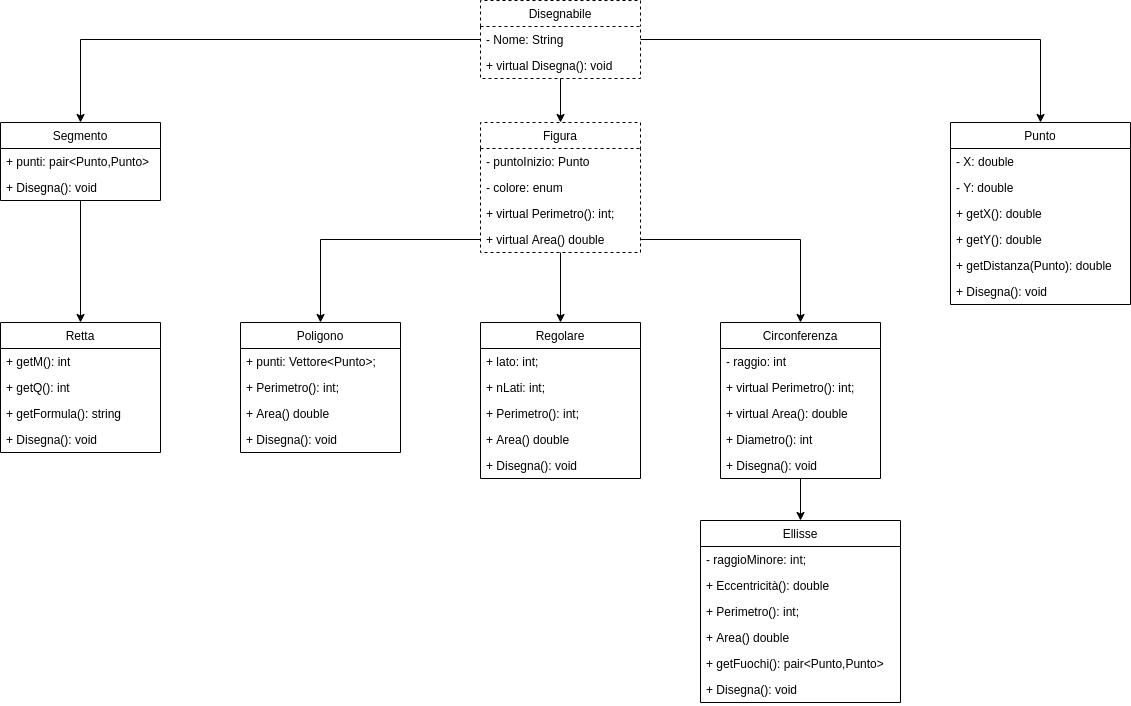
0xCaos/geogebra-basic keeps this draw.io diagram as uml2.png. Above is the earlier version. Source tidied: cells renumbered, new cells last; positions are measured from the earlier drawing's top-left corner, leaving out a move shared by most shapes.
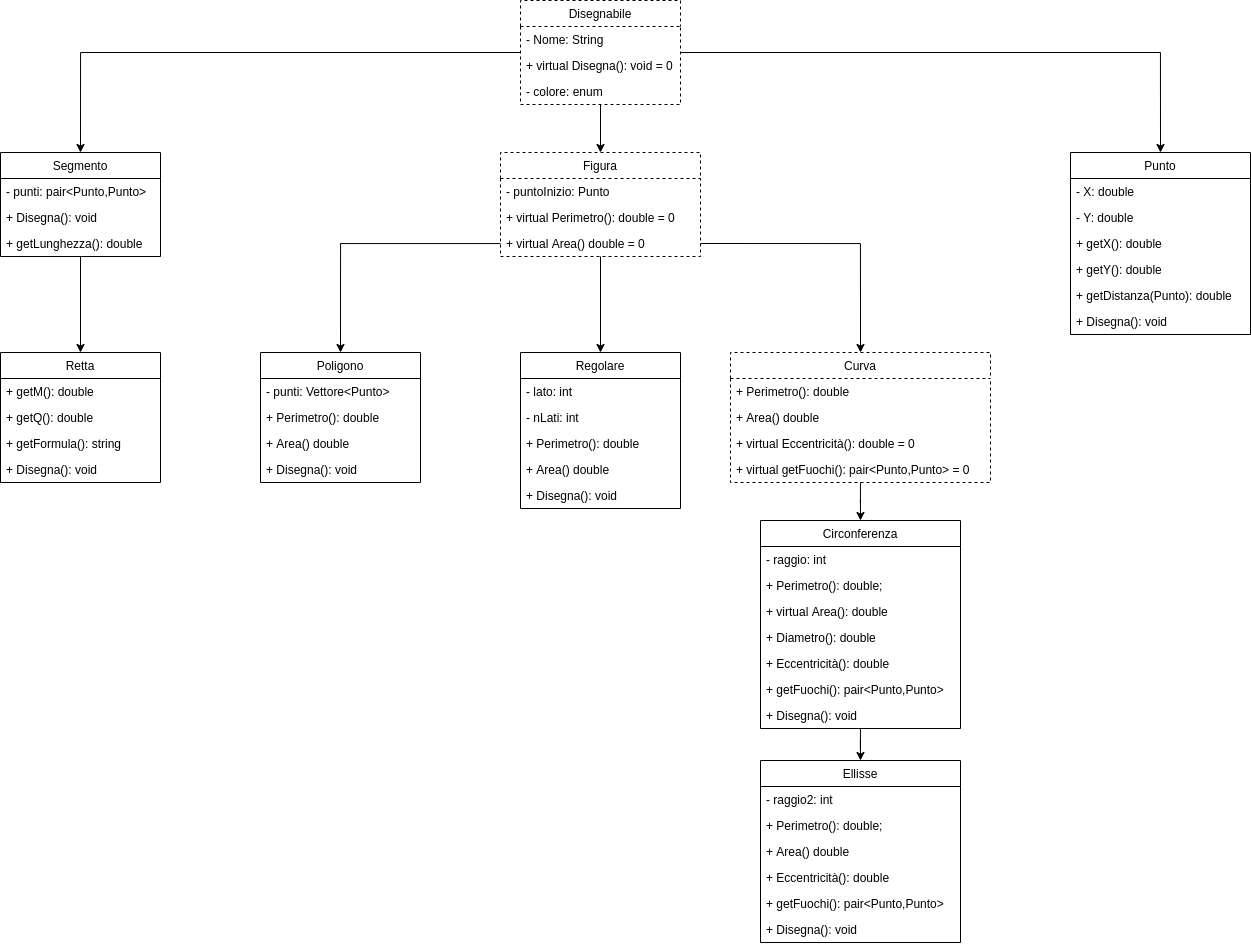
Later version of the same file.

The edit, as a diff of the source:
```diff
@@ -12,21 +12,24 @@
       <mxGeometry relative="1" as="geometry" />
     </mxCell>
     <mxCell id="5" value="Disegnabile" style="swimlane;fontStyle=0;horizontal=1;startSize=26;fillColor=none;dashed=1;" parent="1" vertex="1">
-      <mxGeometry x="480" width="160" height="78" as="geometry" />
+      <mxGeometry x="480" y="-30" width="160" height="104" as="geometry" />
     </mxCell>
     <mxCell id="6" value="- Nome: String&#10;" style="text;strokeColor=none;fillColor=none;align=left;verticalAlign=top;spacingLeft=4;spacingRight=4;overflow=hidden;" parent="5" vertex="1">
       <mxGeometry y="26" width="160" height="26" as="geometry" />
     </mxCell>
-    <mxCell id="7" value="+ virtual Disegna(): void" style="text;strokeColor=none;fillColor=none;align=left;verticalAlign=top;spacingLeft=4;spacingRight=4;overflow=hidden;" parent="5" vertex="1">
+    <mxCell id="7" value="+ virtual Disegna(): void = 0" style="text;strokeColor=none;fillColor=none;align=left;verticalAlign=top;spacingLeft=4;spacingRight=4;overflow=hidden;" parent="5" vertex="1">
       <mxGeometry y="52" width="160" height="26" as="geometry" />
     </mxCell>
+    <mxCell id="18" value="- colore: enum" style="text;strokeColor=none;fillColor=none;align=left;verticalAlign=top;spacingLeft=4;spacingRight=4;overflow=hidden;" parent="5" vertex="1">
+      <mxGeometry y="78" width="160" height="26" as="geometry" />
+    </mxCell>
     <mxCell id="8" value="Punto" style="swimlane;fontStyle=0;horizontal=1;startSize=26;fillColor=none;" parent="1" vertex="1">
-      <mxGeometry x="950" y="122" width="180" height="182" as="geometry" />
+      <mxGeometry x="1030" y="122" width="180" height="182" as="geometry" />
     </mxCell>
     <mxCell id="9" value="- X: double" style="text;strokeColor=none;fillColor=none;align=left;verticalAlign=top;spacingLeft=4;spacingRight=4;overflow=hidden;" parent="8" vertex="1">
       <mxGeometry y="26" width="180" height="26" as="geometry" />
     </mxCell>
-    <mxCell id="10" value="- Y: double" style="text;strokeColor=none;fillColor=none;align=left;verticalAlign=top;spacingLeft=4;spacingRight=4;overflow=hidden;" parent="8" vertex="1">
+    <mxCell id="10" value="- Y: double" style="text;fillColor=none;align=left;verticalAlign=top;spacingLeft=4;spacingRight=4;overflow=hidden;" parent="8" vertex="1">
       <mxGeometry y="52" width="180" height="26" as="geometry" />
     </mxCell>
     <mxCell id="11" value="+ getX(): double" style="text;strokeColor=none;fillColor=none;align=left;verticalAlign=top;spacingLeft=4;spacingRight=4;overflow=hidden;" parent="8" vertex="1">
@@ -45,27 +48,24 @@
       <mxGeometry relative="1" as="geometry" />
     </mxCell>
     <mxCell id="16" value="Figura" style="swimlane;fontStyle=0;horizontal=1;startSize=26;fillColor=none;dashed=1;" parent="1" vertex="1">
-      <mxGeometry x="480" y="122" width="160" height="130" as="geometry" />
+      <mxGeometry x="460" y="122" width="200" height="104" as="geometry" />
     </mxCell>
     <mxCell id="17" value="- puntoInizio: Punto" style="text;strokeColor=none;fillColor=none;align=left;verticalAlign=top;spacingLeft=4;spacingRight=4;overflow=hidden;" parent="16" vertex="1">
-      <mxGeometry y="26" width="160" height="26" as="geometry" />
+      <mxGeometry y="26" width="200" height="26" as="geometry" />
     </mxCell>
-    <mxCell id="18" value="- colore: enum" style="text;strokeColor=none;fillColor=none;align=left;verticalAlign=top;spacingLeft=4;spacingRight=4;overflow=hidden;" parent="16" vertex="1">
-      <mxGeometry y="52" width="160" height="26" as="geometry" />
-    </mxCell>
-    <mxCell id="19" value="+ virtual Perimetro(): int;" style="text;strokeColor=none;fillColor=none;align=left;verticalAlign=top;spacingLeft=4;spacingRight=4;overflow=hidden;" parent="16" vertex="1">
-      <mxGeometry y="78" width="160" height="26" as="geometry" />
+    <mxCell id="19" value="+ virtual Perimetro(): double = 0" style="text;strokeColor=none;fillColor=none;align=left;verticalAlign=top;spacingLeft=4;spacingRight=4;overflow=hidden;" parent="16" vertex="1">
+      <mxGeometry y="52" width="200" height="26" as="geometry" />
     </mxCell>
-    <mxCell id="20" value="+ virtual Area() double" style="text;strokeColor=none;fillColor=none;align=left;verticalAlign=top;spacingLeft=4;spacingRight=4;overflow=hidden;points=[[0,0.5],[1,0.5]];portConstraint=eastwest;" parent="16" vertex="1">
-      <mxGeometry y="104" width="160" height="26" as="geometry" />
+    <mxCell id="20" value="+ virtual Area() double = 0" style="text;strokeColor=none;fillColor=none;align=left;verticalAlign=top;spacingLeft=4;spacingRight=4;overflow=hidden;points=[[0,0.5],[1,0.5]];portConstraint=eastwest;" parent="16" vertex="1">
+      <mxGeometry y="78" width="200" height="26" as="geometry" />
     </mxCell>
     <mxCell id="21" value="Poligono" style="swimlane;fontStyle=0;horizontal=1;startSize=26;fillColor=none;" parent="1" vertex="1">
-      <mxGeometry x="240" y="322" width="160" height="130" as="geometry" />
+      <mxGeometry x="220" y="322" width="160" height="130" as="geometry" />
     </mxCell>
-    <mxCell id="22" value="+ punti: Vettore&lt;Punto&gt;;" style="text;strokeColor=none;fillColor=none;align=left;verticalAlign=top;spacingLeft=4;spacingRight=4;overflow=hidden;" parent="21" vertex="1">
+    <mxCell id="22" value="- punti: Vettore&lt;Punto&gt;" style="text;strokeColor=none;fillColor=none;align=left;verticalAlign=top;spacingLeft=4;spacingRight=4;overflow=hidden;" parent="21" vertex="1">
       <mxGeometry y="26" width="160" height="26" as="geometry" />
     </mxCell>
-    <mxCell id="23" value="+ Perimetro(): int;" style="text;strokeColor=none;fillColor=none;align=left;verticalAlign=top;spacingLeft=4;spacingRight=4;overflow=hidden;" parent="21" vertex="1">
+    <mxCell id="23" value="+ Perimetro(): double" style="text;strokeColor=none;fillColor=none;align=left;verticalAlign=top;spacingLeft=4;spacingRight=4;overflow=hidden;" parent="21" vertex="1">
       <mxGeometry y="52" width="160" height="26" as="geometry" />
     </mxCell>
     <mxCell id="24" value="+ Area() double" style="text;strokeColor=none;fillColor=none;align=left;verticalAlign=top;spacingLeft=4;spacingRight=4;overflow=hidden;" parent="21" vertex="1">
@@ -77,13 +77,13 @@
     <mxCell id="26" value="Regolare" style="swimlane;fontStyle=0;horizontal=1;startSize=26;fillColor=none;" parent="1" vertex="1">
       <mxGeometry x="480" y="322" width="160" height="156" as="geometry" />
     </mxCell>
-    <mxCell id="27" value="+ lato: int;" style="text;strokeColor=none;fillColor=none;align=left;verticalAlign=top;spacingLeft=4;spacingRight=4;overflow=hidden;" parent="26" vertex="1">
+    <mxCell id="27" value="- lato: int" style="text;strokeColor=none;fillColor=none;align=left;verticalAlign=top;spacingLeft=4;spacingRight=4;overflow=hidden;" parent="26" vertex="1">
       <mxGeometry y="26" width="160" height="26" as="geometry" />
     </mxCell>
-    <mxCell id="28" value="+ nLati: int;" style="text;strokeColor=none;fillColor=none;align=left;verticalAlign=top;spacingLeft=4;spacingRight=4;overflow=hidden;" parent="26" vertex="1">
+    <mxCell id="28" value="- nLati: int" style="text;strokeColor=none;fillColor=none;align=left;verticalAlign=top;spacingLeft=4;spacingRight=4;overflow=hidden;" parent="26" vertex="1">
       <mxGeometry y="52" width="160" height="26" as="geometry" />
     </mxCell>
-    <mxCell id="29" value="+ Perimetro(): int;" style="text;strokeColor=none;fillColor=none;align=left;verticalAlign=top;spacingLeft=4;spacingRight=4;overflow=hidden;" parent="26" vertex="1">
+    <mxCell id="29" value="+ Perimetro(): double" style="text;strokeColor=none;fillColor=none;align=left;verticalAlign=top;spacingLeft=4;spacingRight=4;overflow=hidden;" parent="26" vertex="1">
       <mxGeometry y="78" width="160" height="26" as="geometry" />
     </mxCell>
     <mxCell id="30" value="+ Area() double" style="text;strokeColor=none;fillColor=none;align=left;verticalAlign=top;spacingLeft=4;spacingRight=4;overflow=hidden;" parent="26" vertex="1">
@@ -99,41 +99,44 @@
       <mxGeometry relative="1" as="geometry" />
     </mxCell>
     <mxCell id="34" value="Circonferenza" style="swimlane;fontStyle=0;horizontal=1;startSize=26;fillColor=none;" parent="1" vertex="1">
-      <mxGeometry x="720" y="322" width="160" height="156" as="geometry" />
+      <mxGeometry x="720" y="490" width="200" height="208" as="geometry" />
     </mxCell>
-    <mxCell id="35" value="- raggio: int" style="text;strokeColor=none;fillColor=none;align=left;verticalAlign=top;spacingLeft=4;spacingRight=4;overflow=hidden;" parent="34" vertex="1">
-      <mxGeometry y="26" width="160" height="26" as="geometry" />
+    <mxCell id="35" value="- raggio: int" style="text;align=left;verticalAlign=top;spacingLeft=4;spacingRight=4;overflow=hidden;" parent="34" vertex="1">
+      <mxGeometry y="26" width="200" height="26" as="geometry" />
     </mxCell>
-    <mxCell id="36" value="+ virtual Perimetro(): int;" style="text;strokeColor=none;fillColor=none;align=left;verticalAlign=top;spacingLeft=4;spacingRight=4;overflow=hidden;" parent="34" vertex="1">
-      <mxGeometry y="52" width="160" height="26" as="geometry" />
+    <mxCell id="36" value="+ Perimetro(): double;" style="text;strokeColor=none;fillColor=none;align=left;verticalAlign=top;spacingLeft=4;spacingRight=4;overflow=hidden;" parent="34" vertex="1">
+      <mxGeometry y="52" width="200" height="26" as="geometry" />
     </mxCell>
     <mxCell id="37" value="+ virtual Area(): double" style="text;strokeColor=none;fillColor=none;align=left;verticalAlign=top;spacingLeft=4;spacingRight=4;overflow=hidden;" parent="34" vertex="1">
-      <mxGeometry y="78" width="160" height="26" as="geometry" />
+      <mxGeometry y="78" width="200" height="26" as="geometry" />
     </mxCell>
-    <mxCell id="38" value="+ Diametro(): int" style="text;strokeColor=none;fillColor=none;align=left;verticalAlign=top;spacingLeft=4;spacingRight=4;overflow=hidden;" parent="34" vertex="1">
-      <mxGeometry y="104" width="160" height="26" as="geometry" />
+    <mxCell id="38" value="+ Diametro(): double" style="text;strokeColor=none;fillColor=none;align=left;verticalAlign=top;spacingLeft=4;spacingRight=4;overflow=hidden;" parent="34" vertex="1">
+      <mxGeometry y="104" width="200" height="26" as="geometry" />
     </mxCell>
+    <mxCell id="57" value="+ Eccentricità(): double" style="text;strokeColor=none;fillColor=none;align=left;verticalAlign=top;spacingLeft=4;spacingRight=4;overflow=hidden;" parent="34" vertex="1">
+      <mxGeometry y="130" width="200" height="26" as="geometry" />
+    </mxCell>
+    <mxCell id="58" value="+ getFuochi(): pair&lt;Punto,Punto&gt;" style="text;strokeColor=none;fillColor=none;align=left;verticalAlign=top;spacingLeft=4;spacingRight=4;overflow=hidden;" parent="34" vertex="1">
+      <mxGeometry y="156" width="200" height="26" as="geometry" />
+    </mxCell>
     <mxCell id="39" value="+ Disegna(): void" style="text;strokeColor=none;fillColor=none;align=left;verticalAlign=top;spacingLeft=4;spacingRight=4;overflow=hidden;" parent="34" vertex="1">
-      <mxGeometry y="130" width="160" height="26" as="geometry" />
+      <mxGeometry y="182" width="200" height="26" as="geometry" />
     </mxCell>
-    <mxCell id="40" style="edgeStyle=orthogonalEdgeStyle;rounded=0;jettySize=auto;html=1;entryX=0.5;entryY=0;entryDx=0;entryDy=0;" parent="1" edge="1" source="20" target="34">
-      <mxGeometry relative="1" as="geometry" />
-    </mxCell>
     <mxCell id="41" value="Ellisse" style="swimlane;fontStyle=0;horizontal=1;startSize=26;fillColor=none;" parent="1" vertex="1">
-      <mxGeometry x="700" y="520" width="200" height="182" as="geometry" />
+      <mxGeometry x="720" y="730" width="200" height="182" as="geometry" />
     </mxCell>
-    <mxCell id="42" value="- raggioMinore: int;" style="text;strokeColor=none;fillColor=none;align=left;verticalAlign=top;spacingLeft=4;spacingRight=4;overflow=hidden;" parent="41" vertex="1">
+    <mxCell id="42" value="- raggio2: int" style="text;fillColor=none;align=left;verticalAlign=top;spacingLeft=4;spacingRight=4;overflow=hidden;" parent="41" vertex="1">
       <mxGeometry y="26" width="200" height="26" as="geometry" />
     </mxCell>
-    <mxCell id="43" value="+ Eccentricità(): double" style="text;strokeColor=none;fillColor=none;align=left;verticalAlign=top;spacingLeft=4;spacingRight=4;overflow=hidden;" parent="41" vertex="1">
-      <mxGeometry y="52" width="200" height="26" as="geometry" />
-    </mxCell>
-    <mxCell id="44" value="+ Perimetro(): int;" style="text;strokeColor=none;fillColor=none;align=left;verticalAlign=top;spacingLeft=4;spacingRight=4;overflow=hidden;" parent="41" vertex="1">
-      <mxGeometry y="78" width="200" height="26" as="geometry" />
+    <mxCell id="44" value="+ Perimetro(): double;" style="text;strokeColor=none;fillColor=none;align=left;verticalAlign=top;spacingLeft=4;spacingRight=4;overflow=hidden;" parent="41" vertex="1">
+      <mxGeometry y="52" width="200" height="26" as="geometry" />
     </mxCell>
     <mxCell id="45" value="+ Area() double" style="text;strokeColor=none;fillColor=none;align=left;verticalAlign=top;spacingLeft=4;spacingRight=4;overflow=hidden;" parent="41" vertex="1">
-      <mxGeometry y="104" width="200" height="26" as="geometry" />
+      <mxGeometry y="78" width="200" height="26" as="geometry" />
     </mxCell>
+    <mxCell id="43" value="+ Eccentricità(): double" style="text;strokeColor=none;fillColor=none;align=left;verticalAlign=top;spacingLeft=4;spacingRight=4;overflow=hidden;" parent="41" vertex="1">
+      <mxGeometry y="104" width="200" height="26" as="geometry" />
+    </mxCell>
     <mxCell id="46" value="+ getFuochi(): pair&lt;Punto,Punto&gt;" style="text;strokeColor=none;fillColor=none;align=left;verticalAlign=top;spacingLeft=4;spacingRight=4;overflow=hidden;" parent="41" vertex="1">
       <mxGeometry y="130" width="200" height="26" as="geometry" />
     </mxCell>
@@ -144,21 +147,24 @@
       <mxGeometry relative="1" as="geometry" />
     </mxCell>
     <mxCell id="49" value="Segmento" style="swimlane;fontStyle=0;horizontal=1;startSize=26;fillColor=none;" parent="1" vertex="1">
-      <mxGeometry y="122" width="160" height="78" as="geometry" />
+      <mxGeometry x="-40" y="122" width="160" height="104" as="geometry" />
     </mxCell>
-    <mxCell id="50" value="+ punti: pair&lt;Punto,Punto&gt;" style="text;strokeColor=none;fillColor=none;align=left;verticalAlign=top;spacingLeft=4;spacingRight=4;overflow=hidden;" parent="49" vertex="1">
+    <mxCell id="50" value="- punti: pair&lt;Punto,Punto&gt;" style="text;strokeColor=none;fillColor=none;align=left;verticalAlign=top;spacingLeft=4;spacingRight=4;overflow=hidden;" parent="49" vertex="1">
       <mxGeometry y="26" width="160" height="26" as="geometry" />
     </mxCell>
+    <mxCell id="59" value="+ Disegna(): void" style="text;strokeColor=none;fillColor=none;align=left;verticalAlign=top;spacingLeft=4;spacingRight=4;overflow=hidden;" parent="49" vertex="1">
+      <mxGeometry y="52" width="160" height="26" as="geometry" />
+    </mxCell>
-    <mxCell id="51" value="+ Disegna(): void" style="text;strokeColor=none;fillColor=none;align=left;verticalAlign=top;spacingLeft=4;spacingRight=4;overflow=hidden;" parent="49" vertex="1">
-      <mxGeometry y="52" width="160" height="26" as="geometry" />
+    <mxCell id="51" value="+ getLunghezza(): double" style="text;strokeColor=none;fillColor=none;align=left;verticalAlign=top;spacingLeft=4;spacingRight=4;overflow=hidden;" parent="49" vertex="1">
+      <mxGeometry y="78" width="160" height="26" as="geometry" />
     </mxCell>
     <mxCell id="52" value="Retta" style="swimlane;fontStyle=0;horizontal=1;startSize=26;fillColor=none;" parent="1" vertex="1">
-      <mxGeometry y="322" width="160" height="130" as="geometry" />
+      <mxGeometry x="-40" y="322" width="160" height="130" as="geometry" />
     </mxCell>
-    <mxCell id="53" value="+ getM(): int" style="text;strokeColor=none;fillColor=none;align=left;verticalAlign=top;spacingLeft=4;spacingRight=4;overflow=hidden;" parent="52" vertex="1">
+    <mxCell id="53" value="+ getM(): double" style="text;strokeColor=none;fillColor=none;align=left;verticalAlign=top;spacingLeft=4;spacingRight=4;overflow=hidden;" parent="52" vertex="1">
       <mxGeometry y="26" width="160" height="26" as="geometry" />
     </mxCell>
-    <mxCell id="54" value="+ getQ(): int" style="text;strokeColor=none;fillColor=none;align=left;verticalAlign=top;spacingLeft=4;spacingRight=4;overflow=hidden;" parent="52" vertex="1">
+    <mxCell id="54" value="+ getQ(): double" style="text;strokeColor=none;fillColor=none;align=left;verticalAlign=top;spacingLeft=4;spacingRight=4;overflow=hidden;" parent="52" vertex="1">
       <mxGeometry y="52" width="160" height="26" as="geometry" />
     </mxCell>
     <mxCell id="55" value="+ getFormula(): string" style="text;strokeColor=none;fillColor=none;align=left;verticalAlign=top;spacingLeft=4;spacingRight=4;overflow=hidden;" parent="52" vertex="1">
@@ -167,5 +173,26 @@
     <mxCell id="56" value="+ Disegna(): void" style="text;strokeColor=none;fillColor=none;align=left;verticalAlign=top;spacingLeft=4;spacingRight=4;overflow=hidden;" parent="52" vertex="1">
       <mxGeometry y="104" width="160" height="26" as="geometry" />
     </mxCell>
+    <mxCell id="60" style="edgeStyle=orthogonalEdgeStyle;rounded=0;jettySize=auto;html=1;entryX=0.5;entryY=0;entryDx=0;entryDy=0;" parent="1" edge="1" source="61" target="34">
+      <mxGeometry relative="1" as="geometry" />
+    </mxCell>
+    <mxCell id="61" value="Curva" style="swimlane;fontStyle=0;horizontal=1;startSize=26;fillColor=none;dashed=1;" parent="1" vertex="1">
+      <mxGeometry x="690" y="322" width="260" height="130" as="geometry" />
+    </mxCell>
+    <mxCell id="62" value="+ Perimetro(): double" style="text;strokeColor=none;fillColor=none;align=left;verticalAlign=top;spacingLeft=4;spacingRight=4;overflow=hidden;" parent="61" vertex="1">
+      <mxGeometry y="26" width="260" height="26" as="geometry" />
+    </mxCell>
+    <mxCell id="63" value="+ Area() double" style="text;strokeColor=none;fillColor=none;align=left;verticalAlign=top;spacingLeft=4;spacingRight=4;overflow=hidden;" parent="61" vertex="1">
+      <mxGeometry y="52" width="260" height="26" as="geometry" />
+    </mxCell>
+    <mxCell id="64" value="+ virtual Eccentricità(): double = 0" style="text;strokeColor=none;fillColor=none;align=left;verticalAlign=top;spacingLeft=4;spacingRight=4;overflow=hidden;" parent="61" vertex="1">
+      <mxGeometry y="78" width="260" height="26" as="geometry" />
+    </mxCell>
+    <mxCell id="65" value="+ virtual getFuochi(): pair&lt;Punto,Punto&gt; = 0" style="text;strokeColor=none;fillColor=none;align=left;verticalAlign=top;spacingLeft=4;spacingRight=4;overflow=hidden;" parent="61" vertex="1">
+      <mxGeometry y="104" width="260" height="26" as="geometry" />
+    </mxCell>
+    <mxCell id="66" style="edgeStyle=orthogonalEdgeStyle;rounded=0;jettySize=auto;html=1;exitX=1;exitY=0.5;exitDx=0;exitDy=0;entryX=0.5;entryY=0;entryDx=0;entryDy=0;" parent="1" edge="1" source="20" target="61">
+      <mxGeometry relative="1" as="geometry" />
+    </mxCell>
   </root>
 </mxGraphModel>
```
